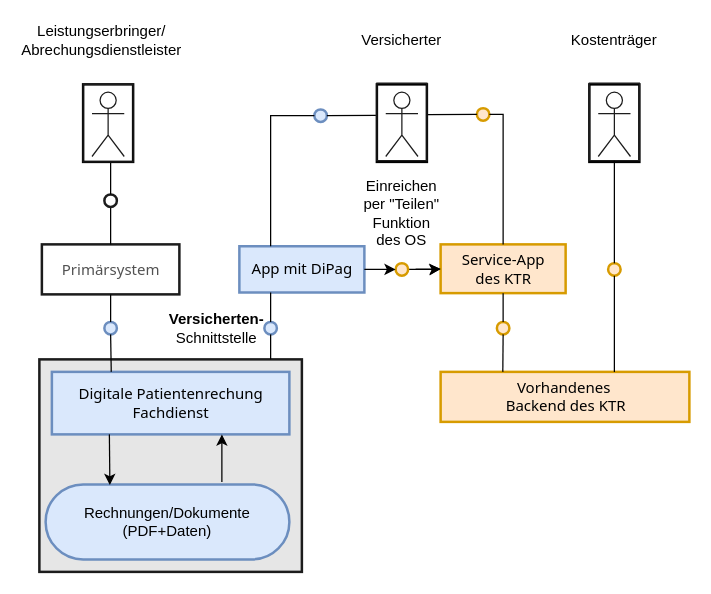
This is image_src/Einreichen-per-teilen.drawio from gematik/ig-versicherten-app, a draw.io file, before an edit. Source tidied: cells renumbered, new cells numbered last; positions are measured from the earlier drawing's top-left corner, leaving out a move shared by most shapes. Both pictures are drawn from the tidied source at 125%, with x=0, y=0 at pixel (39, 21).
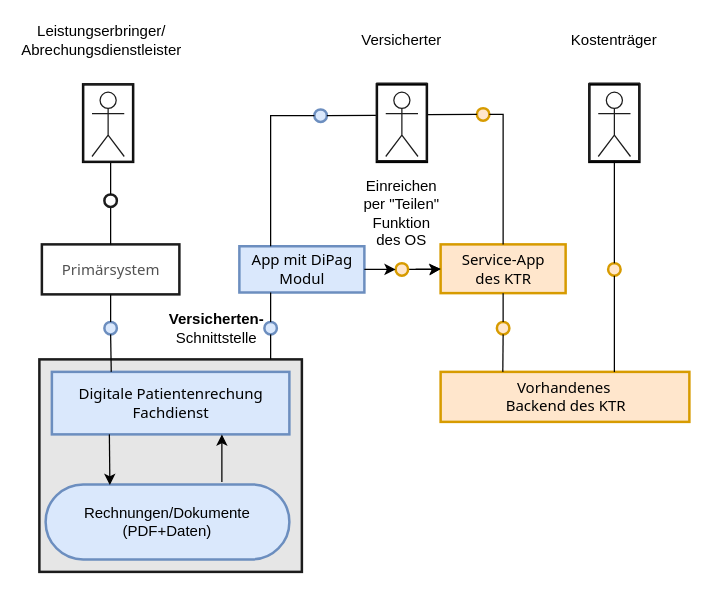
After the change.

Commit message (it also covers changes not shown here):
docs: update diagram content and improve terminology for clarity

What changed in the source:
```diff
@@
-    <mxCell id="14" value="App mit DiPag" style="html=1;strokeColor=#6c8ebf;fillColor=#dae8fc;fontFamily=Tahoma;fontSize=12;align=center;strokeWidth=2;" parent="1" vertex="1">
+    <mxCell id="14" value="App mit DiPag&lt;br&gt;Modul" style="html=1;strokeColor=#6c8ebf;fillColor=#dae8fc;fontFamily=Tahoma;fontSize=12;align=center;strokeWidth=2;" parent="1" vertex="1">
       <mxGeometry x="160" y="179.5" width="100" height="37" as="geometry" />
     </mxCell>
```
